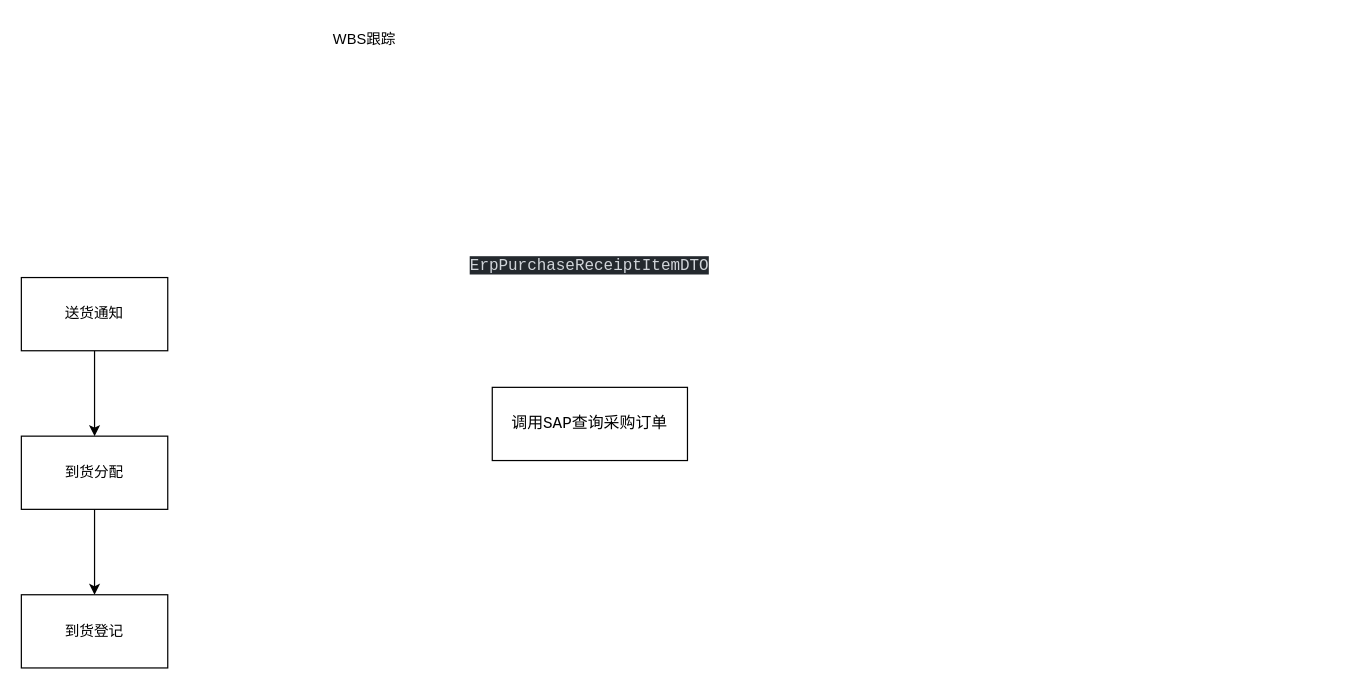
The draw.io diagram page "第 1 页" (1 of 2) of COOEC/WMS/WMS-WBS跟踪.drawio in GodTaoz/drawio, before the edit. Source tidied: cells renumbered, new cells numbered last; positions are measured from the earlier drawing's top-left corner, leaving out a move shared by most shapes. Both pictures are drawn from the tidied source at 122%, with x=0, y=0 at pixel (21, 21).
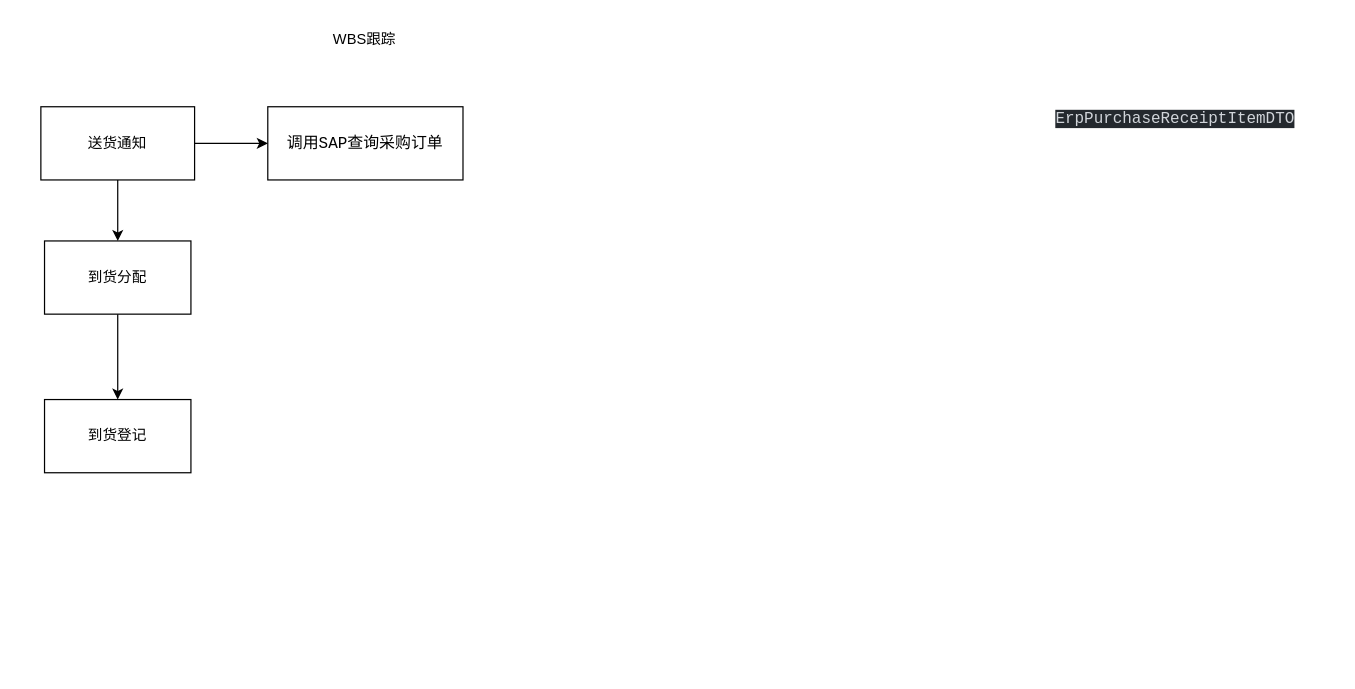
The same diagram, later.

Change to the diagram source:
```diff
@@
 <mxGraphModel>
   <root>
     <mxCell id="0" />
     <mxCell id="1" parent="0" />
     <mxCell id="2" value="&lt;div style=&quot;&quot;&gt;&lt;pre style=&quot;&quot;&gt;&lt;pre style=&quot;border-color: var(--border-color); font-size: 13.0667px;&quot;&gt;调用SAP&lt;span style=&quot;border-color: var(--border-color);&quot;&gt;查询采购订单&lt;/span&gt;&lt;/pre&gt;&lt;/pre&gt;&lt;/div&gt;" style="rounded=0;whiteSpace=wrap;html=1;" parent="1" vertex="1">
-      <mxGeometry x="386" y="300" width="160" height="60" as="geometry" />
+      <mxGeometry x="202" y="70" width="160" height="60" as="geometry" />
     </mxCell>
     <mxCell id="3" style="edgeStyle=orthogonalEdgeStyle;rounded=0;jettySize=auto;html=1;exitX=0.5;exitY=1;exitDx=0;exitDy=0;entryX=0.5;entryY=0;entryDx=0;entryDy=0;" parent="1" edge="1" source="4" target="9">
       <mxGeometry relative="1" as="geometry" />
     </mxCell>
+    <mxCell id="10" style="edgeStyle=orthogonalEdgeStyle;rounded=0;jettySize=auto;html=1;exitX=1;exitY=0.5;exitDx=0;exitDy=0;entryX=0;entryY=0.5;entryDx=0;entryDy=0;" parent="1" edge="1" source="4" target="2">
+      <mxGeometry relative="1" as="geometry" />
+    </mxCell>
     <mxCell id="4" value="送货通知" style="rounded=0;whiteSpace=wrap;html=1;" parent="1" vertex="1">
-      <mxGeometry y="210" width="120" height="60" as="geometry" />
+      <mxGeometry x="16" y="70" width="126" height="60" as="geometry" />
     </mxCell>
     <mxCell id="5" value="WBS跟踪" style="text;html=1;align=center;verticalAlign=middle;strokeColor=none;fillColor=none;" parent="1" vertex="1">
       <mxGeometry x="246" width="70" height="30" as="geometry" />
     </mxCell>
     <mxCell id="6" value="&lt;div style=&quot;background-color:#24292e;color:#d1d5da;font-family:'JetBrains Mono',monospace;font-size:9.8pt;&quot;&gt;&lt;pre&gt;ErpPurchaseReceiptItemDTO&lt;/pre&gt;&lt;/div&gt;" style="text;html=1;strokeColor=none;fillColor=none;align=center;verticalAlign=middle;whiteSpace=wrap;rounded=0;" parent="1" vertex="1">
-      <mxGeometry x="336" y="180" width="260" height="40" as="geometry" />
+      <mxGeometry x="816" y="60" width="260" height="40" as="geometry" />
     </mxCell>
     <mxCell id="7" value="到货登记" style="rounded=0;whiteSpace=wrap;html=1;" parent="1" vertex="1">
-      <mxGeometry y="470" width="120" height="60" as="geometry" />
+      <mxGeometry x="19" y="310" width="120" height="60" as="geometry" />
     </mxCell>
     <mxCell id="8" style="edgeStyle=orthogonalEdgeStyle;rounded=0;jettySize=auto;html=1;exitX=0.5;exitY=1;exitDx=0;exitDy=0;entryX=0.5;entryY=0;entryDx=0;entryDy=0;" parent="1" edge="1" source="9" target="7">
       <mxGeometry relative="1" as="geometry" />
     </mxCell>
     <mxCell id="9" value="到货分配" style="rounded=0;whiteSpace=wrap;html=1;" parent="1" vertex="1">
-      <mxGeometry y="340" width="120" height="60" as="geometry" />
+      <mxGeometry x="19" y="180" width="120" height="60" as="geometry" />
     </mxCell>
   </root>
 </mxGraphModel>
```
